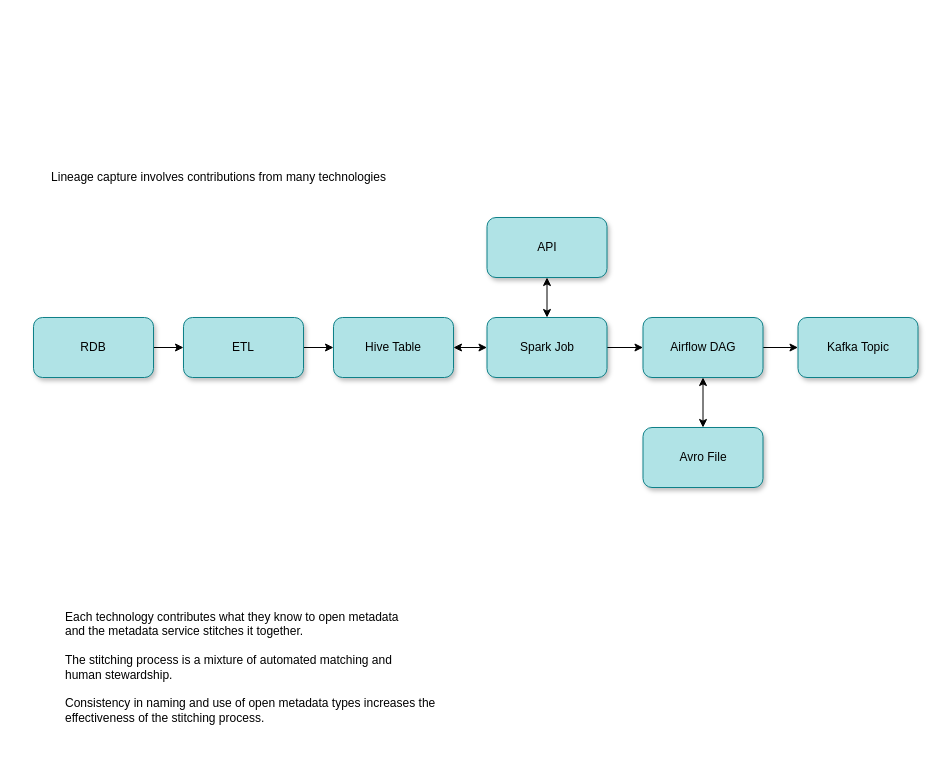
Earlier version of the draw.io diagram page "lineage-capture" (3 of 8) of site/docs/features/lineage-management/lineage.drawio (odpi/egeria-docs). Source tidied: cells renumbered, new cells numbered last; positions are measured from the earlier drawing's top-left corner, leaving out a move shared by most shapes. Both pictures are drawn from the tidied source at 100%, with x=0, y=0 at pixel (33, 167).
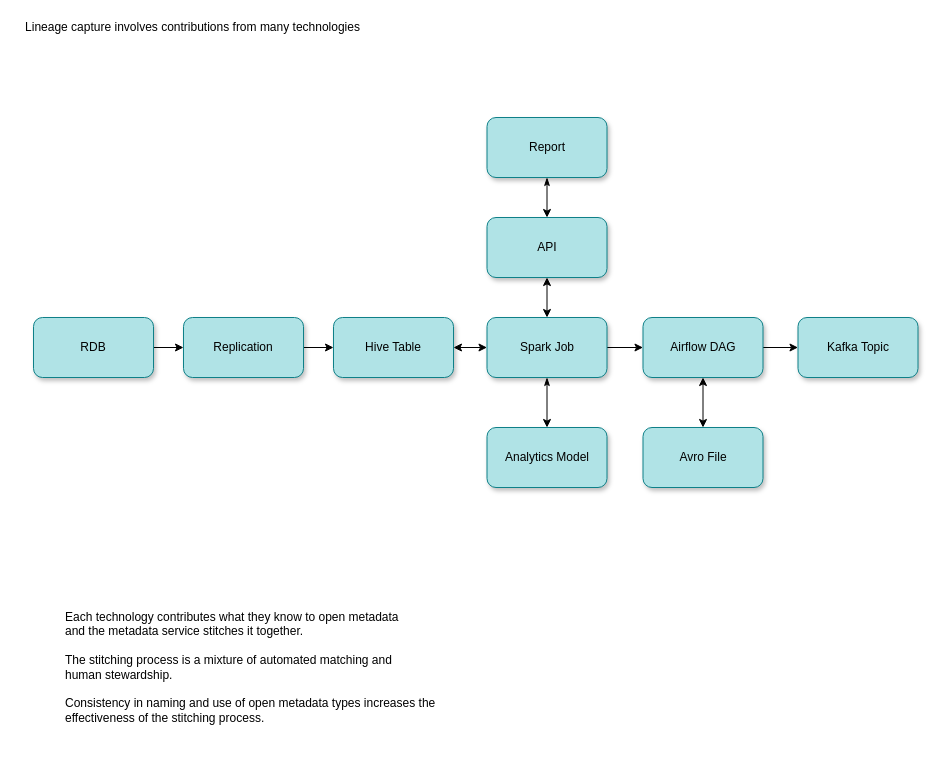
Above is the later version.

The change refers to these unchanged cells:
```xml
<mxCell id="10" value="Spark Job" style="rounded=1;whiteSpace=wrap;html=1;fillColor=#b0e3e6;strokeColor=#0e8088;shadow=1;" parent="1" vertex="1">
  <mxGeometry x="453.5" y="150" width="120" height="60" as="geometry" />
</mxCell>
<mxCell id="16" value="API" style="rounded=1;whiteSpace=wrap;html=1;fillColor=#b0e3e6;strokeColor=#0e8088;shadow=1;" parent="1" vertex="1">
  <mxGeometry x="453.5" y="50" width="120" height="60" as="geometry" />
</mxCell>
```

Diff of the diagram source:
```diff
@@
-    <mxCell id="5" value="ETL" style="rounded=1;whiteSpace=wrap;html=1;fillColor=#b0e3e6;strokeColor=#0e8088;shadow=1;" parent="1" vertex="1">
+    <mxCell id="5" value="Replication" style="rounded=1;whiteSpace=wrap;html=1;fillColor=#b0e3e6;strokeColor=#0e8088;shadow=1;" parent="1" vertex="1">
       <mxGeometry x="150" y="150" width="120" height="60" as="geometry" />
     </mxCell>
@@
     <mxCell id="8" value="Lineage capture involves contributions from many technologies" style="text;html=1;align=center;verticalAlign=middle;" parent="1" vertex="1">
-      <mxGeometry x="10" width="350" height="20" as="geometry" />
+      <mxGeometry x="-16" y="-150" width="350" height="20" as="geometry" />
     </mxCell>
@@
+    <mxCell id="19" style="edgeStyle=orthogonalEdgeStyle;rounded=0;jettySize=auto;html=1;startArrow=classicThin;startFill=1;" parent="1" edge="1" source="10" target="20">
+      <mxGeometry relative="1" as="geometry" />
+    </mxCell>
@@
+    <mxCell id="20" value="Analytics Model" style="rounded=1;whiteSpace=wrap;html=1;fillColor=#b0e3e6;strokeColor=#0e8088;shadow=1;" parent="1" vertex="1">
+      <mxGeometry x="453.5" y="260" width="120" height="60" as="geometry" />
+    </mxCell>
+    <mxCell id="21" style="edgeStyle=orthogonalEdgeStyle;rounded=0;jettySize=auto;html=1;startArrow=classicThin;startFill=1;" parent="1" edge="1" source="22" target="16">
+      <mxGeometry relative="1" as="geometry" />
+    </mxCell>
+    <mxCell id="22" value="Report" style="rounded=1;whiteSpace=wrap;html=1;fillColor=#b0e3e6;strokeColor=#0e8088;shadow=1;" parent="1" vertex="1">
+      <mxGeometry x="453.5" y="-50" width="120" height="60" as="geometry" />
+    </mxCell>
```
